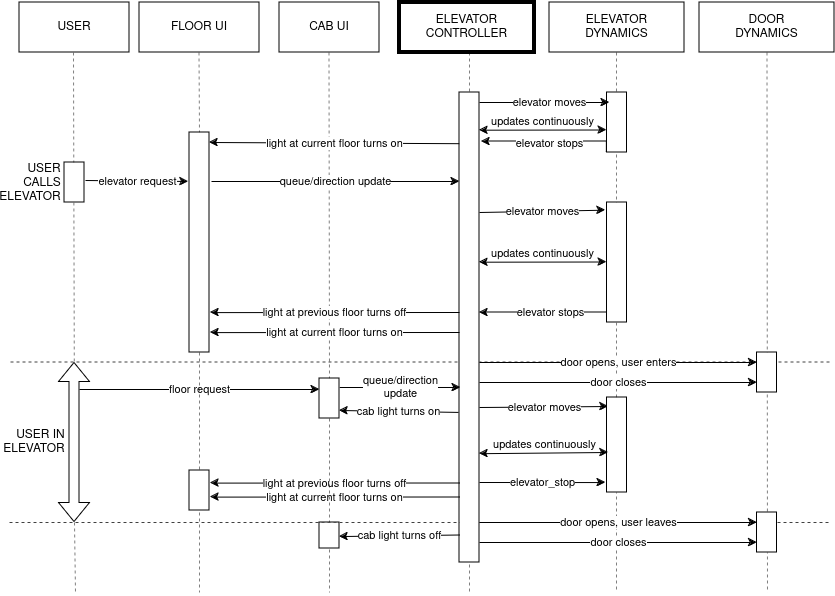
sjur2k/heislab_V2024 keeps this draw.io diagram as Media/sekvensdiagram.png. Above is the earlier version. Source tidied: cells renumbered, new cells last; positions are measured from the earlier drawing's top-left corner, leaving out a move shared by most shapes.
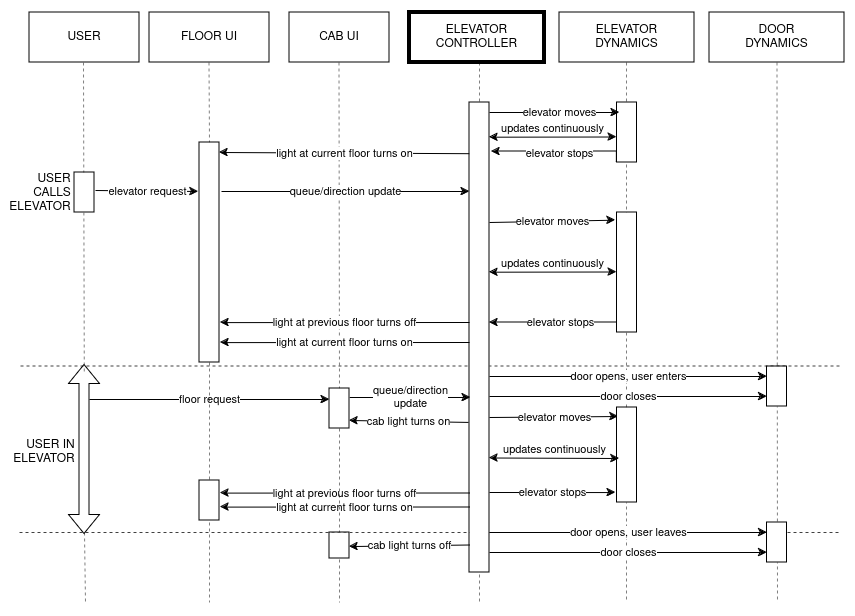
The same diagram one commit later.

The edit, as a diff of the source:
```diff
@@ -16,8 +16,8 @@
     </mxCell>
     <mxCell id="4" style="endArrow=none;dashed=1;html=1;rounded=0;opacity=75;" parent="1" edge="1">
       <mxGeometry relative="1" as="geometry">
-        <mxPoint x="1" y="359.5" as="sourcePoint" />
-        <mxPoint x="821" y="359.5" as="targetPoint" />
+        <mxPoint x="1" y="353.5" as="sourcePoint" />
+        <mxPoint x="821" y="353.5" as="targetPoint" />
       </mxGeometry>
     </mxCell>
     <mxCell id="5" style="endArrow=none;dashed=1;html=1;rounded=0;opacity=75;" parent="1" edge="1">
@@ -114,12 +114,12 @@
     </mxCell>
     <mxCell id="24" value="door opens, user enters" style="edgeStyle=none;jettySize=auto;html=1;rounded=0;entryX=0;entryY=0.25;entryDx=0;entryDy=0;" parent="1" edge="1" target="28">
       <mxGeometry relative="1" as="geometry">
-        <mxPoint x="470" y="360" as="sourcePoint" />
+        <mxPoint x="470" y="364" as="sourcePoint" />
       </mxGeometry>
     </mxCell>
     <mxCell id="25" value="door closes" style="edgeStyle=none;jettySize=auto;html=1;rounded=0;entryX=0;entryY=0.75;entryDx=0;entryDy=0;" parent="1" edge="1" target="28">
       <mxGeometry relative="1" as="geometry">
-        <mxPoint x="470" y="380" as="sourcePoint" />
+        <mxPoint x="470" y="384" as="sourcePoint" />
       </mxGeometry>
     </mxCell>
     <mxCell id="26" style="rounded=0;whiteSpace=wrap;html=1;" parent="1" vertex="1">
@@ -136,7 +136,7 @@
       </mxGeometry>
     </mxCell>
     <mxCell id="28" style="rounded=0;whiteSpace=wrap;html=1;" parent="1" vertex="1">
-      <mxGeometry x="747.5" y="350" width="20" height="40" as="geometry" />
+      <mxGeometry x="747.5" y="354" width="20" height="40" as="geometry" />
     </mxCell>
     <mxCell id="29" style="rounded=0;whiteSpace=wrap;html=1;" parent="1" vertex="1">
       <mxGeometry x="180" y="130" width="20" height="220" as="geometry" />
@@ -170,7 +170,7 @@
         <mxPoint x="470" y="405" as="sourcePoint" />
       </mxGeometry>
     </mxCell>
-    <mxCell id="35" value="elevator_stop" style="edgeStyle=none;orthogonalLoop=1;jettySize=auto;html=1;rounded=0;entryX=-0.075;entryY=0.929;entryDx=0;entryDy=0;entryPerimeter=0;" parent="1" edge="1">
+    <mxCell id="35" value="elevator stops" style="edgeStyle=none;orthogonalLoop=1;jettySize=auto;html=1;rounded=0;entryX=-0.075;entryY=0.929;entryDx=0;entryDy=0;entryPerimeter=0;" parent="1" edge="1">
       <mxGeometry relative="1" as="geometry">
         <mxPoint x="470" y="480" as="sourcePoint" />
         <mxPoint x="596" y="480.1" as="targetPoint" />
@@ -235,9 +235,10 @@
         <mxPoint x="201" y="330.1" as="targetPoint" />
       </mxGeometry>
     </mxCell>
-    <mxCell id="49" style="endArrow=classic;startArrow=classic;html=1;rounded=0;exitX=1.1;exitY=0.276;exitDx=0;exitDy=0;exitPerimeter=0;entryX=0.075;entryY=0.579;entryDx=0;entryDy=0;entryPerimeter=0;" parent="1" edge="1" target="36">
+    <mxCell id="49" style="endArrow=classic;startArrow=classic;html=1;rounded=0;exitX=1;exitY=0.75;exitDx=0;exitDy=0;" parent="1" edge="1">
       <mxGeometry relative="1" as="geometry">
-        <mxPoint x="470" y="451.2" as="sourcePoint" />
+        <mxPoint x="470" y="445.5" as="sourcePoint" />
+        <mxPoint x="600" y="446" as="targetPoint" />
       </mxGeometry>
     </mxCell>
     <mxCell id="50" value="updates continuously" style="edgeLabel;html=1;align=center;verticalAlign=middle;" parent="49" vertex="1">
@@ -258,8 +259,8 @@
     </mxCell>
     <mxCell id="53" style="endArrow=classic;startArrow=classic;html=1;rounded=0;exitX=1.1;exitY=0.276;exitDx=0;exitDy=0;exitPerimeter=0;entryX=-0.025;entryY=0.4;entryDx=0;entryDy=0;entryPerimeter=0;" parent="1" edge="1">
       <mxGeometry relative="1" as="geometry">
-        <mxPoint x="470" y="127.7" as="sourcePoint" />
-        <mxPoint x="597" y="127.5" as="targetPoint" />
+        <mxPoint x="470" y="124.7" as="sourcePoint" />
+        <mxPoint x="597" y="124.5" as="targetPoint" />
       </mxGeometry>
     </mxCell>
     <mxCell id="54" value="updates continuously" style="edgeLabel;html=1;align=center;verticalAlign=middle;" parent="53" vertex="1">
@@ -308,8 +309,8 @@
     </mxCell>
     <mxCell id="64" style="shape=flexArrow;endArrow=classic;startArrow=classic;html=1;rounded=0;" parent="1" edge="1">
       <mxGeometry relative="1" as="geometry">
-        <mxPoint x="65" y="520" as="sourcePoint" />
-        <mxPoint x="65" y="360" as="targetPoint" />
+        <mxPoint x="65" y="522" as="sourcePoint" />
+        <mxPoint x="65" y="352" as="targetPoint" />
       </mxGeometry>
     </mxCell>
     <mxCell id="65" value="&lt;div align=&quot;right&quot;&gt;USER IN ELEVATOR&lt;br&gt;&lt;/div&gt;" style="text;html=1;align=center;verticalAlign=middle;whiteSpace=wrap;rounded=0;" parent="1" vertex="1">
```
